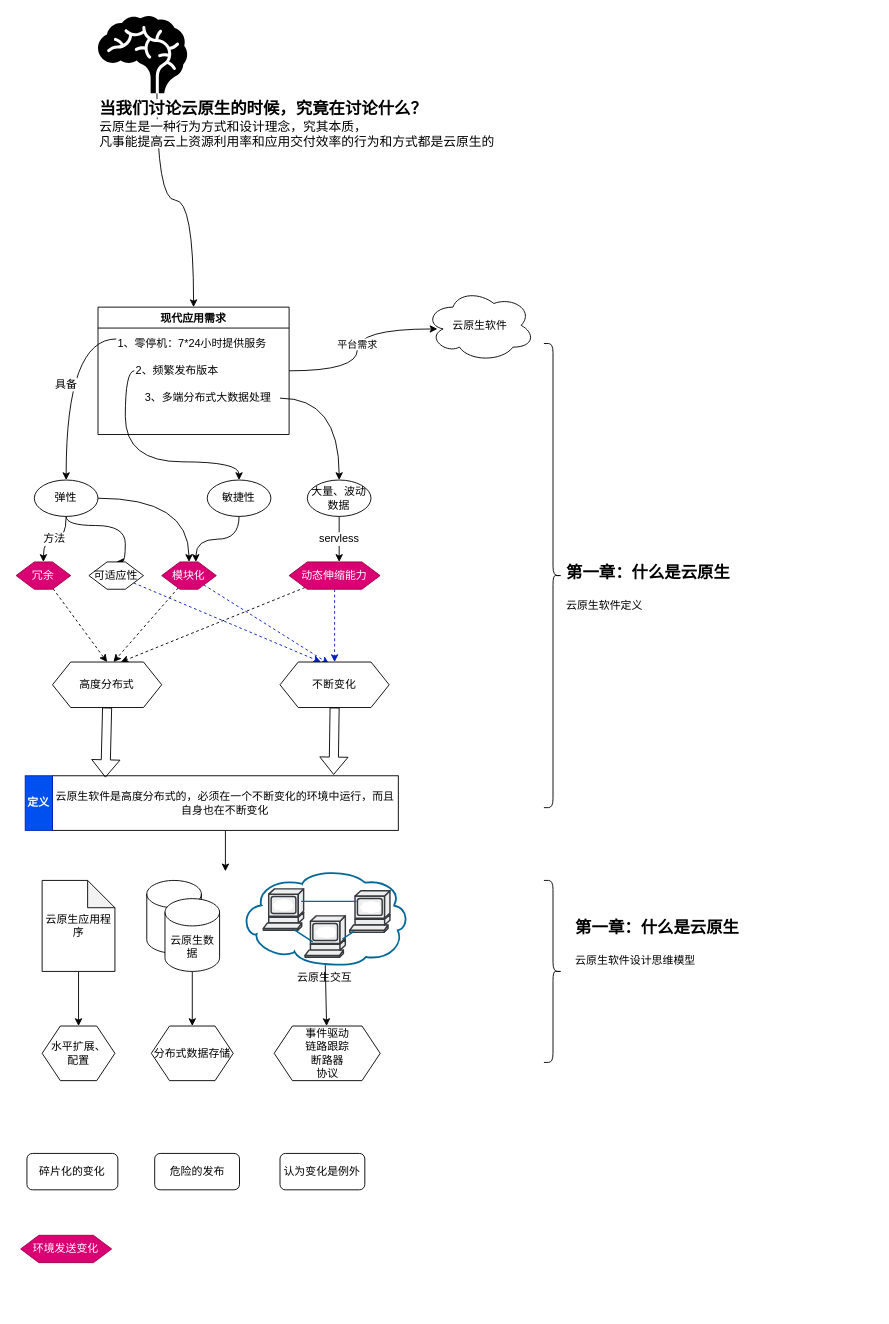
The draw.io diagram page "云原生模式第一章" (2 of 2) of 计算机阅读笔记.drawio in qymmdj/draw-io, before the edit. Source tidied: cells renumbered, new cells numbered last; positions are measured from the earlier drawing's top-left corner, leaving out a move shared by most shapes. Both pictures are drawn from the tidied source at 91%, with x=0, y=0 at pixel (15, 15).
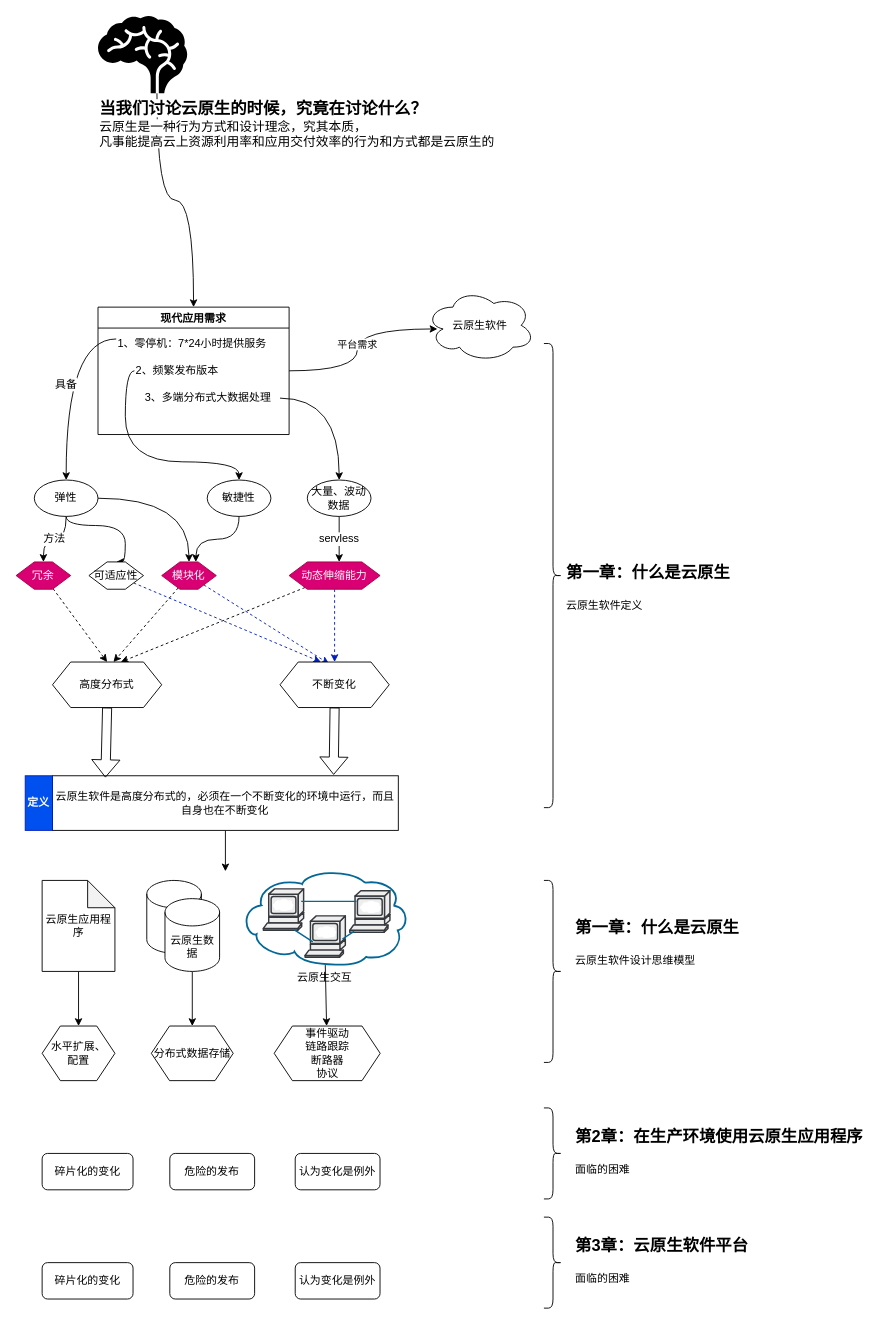
The same page after the edit.

Commit message:
Update 计算机阅读笔记.drawio

The edit, as a diff of the source:
```diff
@@
     <mxCell id="52" value="碎片化的变化" style="rounded=1;whiteSpace=wrap;html=1;" parent="1" vertex="1">
-      <mxGeometry x="12.1" y="1250" width="99.9" height="40" as="geometry" />
+      <mxGeometry x="28.8" y="1250" width="99.9" height="40" as="geometry" />
     </mxCell>
-    <mxCell id="53" value="环境发送变化" style="shape=hexagon;perimeter=hexagonPerimeter2;whiteSpace=wrap;html=1;fixedSize=1;labelBorderColor=none;fontSize=12;fillColor=#d80073;fontColor=#ffffff;strokeColor=#A50040;" parent="1" vertex="1">
-      <mxGeometry x="5.2" y="1340" width="100" height="30" as="geometry" />
-    </mxCell>
     <mxCell id="54" value="危险的发布" style="rounded=1;whiteSpace=wrap;html=1;" parent="1" vertex="1">
-      <mxGeometry x="152.5" y="1250" width="93.2" height="40" as="geometry" />
+      <mxGeometry x="169.1" y="1250" width="93.2" height="40" as="geometry" />
     </mxCell>
     <mxCell id="55" value="认为变化是例外" style="rounded=1;whiteSpace=wrap;html=1;" parent="1" vertex="1">
-      <mxGeometry x="290.2" y="1250" width="93.2" height="40" as="geometry" />
+      <mxGeometry x="306.9" y="1250" width="93.2" height="40" as="geometry" />
     </mxCell>
+    <mxCell id="56" style="shape=curlyBracket;whiteSpace=wrap;html=1;rounded=1;flipH=1;labelBorderColor=none;fontSize=18;" parent="1" vertex="1">
+      <mxGeometry x="580.2" y="1200" width="20" height="100" as="geometry" />
+    </mxCell>
+    <mxCell id="57" value="&lt;h1&gt;&lt;font style=&quot;font-size: 18px&quot;&gt;第2章：在生产环境使用云原生应用程序&lt;/font&gt;&lt;/h1&gt;&lt;p&gt;面临的困难&lt;/p&gt;" style="text;html=1;strokeColor=none;fillColor=none;spacing=5;spacingTop=-20;whiteSpace=wrap;overflow=hidden;rounded=0;labelBorderColor=none;fontSize=12;" parent="1" vertex="1">
+      <mxGeometry x="610.2" y="1210" width="331.8" height="90" as="geometry" />
+    </mxCell>
+    <mxCell id="58" value="碎片化的变化" style="rounded=1;whiteSpace=wrap;html=1;" parent="1" vertex="1">
+      <mxGeometry x="28.8" y="1370" width="99.9" height="40" as="geometry" />
+    </mxCell>
+    <mxCell id="59" value="危险的发布" style="rounded=1;whiteSpace=wrap;html=1;" parent="1" vertex="1">
+      <mxGeometry x="169.1" y="1370" width="93.2" height="40" as="geometry" />
+    </mxCell>
+    <mxCell id="60" value="认为变化是例外" style="rounded=1;whiteSpace=wrap;html=1;" parent="1" vertex="1">
+      <mxGeometry x="306.9" y="1370" width="93.2" height="40" as="geometry" />
+    </mxCell>
+    <mxCell id="61" style="shape=curlyBracket;whiteSpace=wrap;html=1;rounded=1;flipH=1;labelBorderColor=none;fontSize=18;" parent="1" vertex="1">
+      <mxGeometry x="580.2" y="1320" width="20" height="100" as="geometry" />
+    </mxCell>
+    <mxCell id="62" value="&lt;h1&gt;&lt;font style=&quot;font-size: 18px&quot;&gt;第3章：云原生软件平台&lt;/font&gt;&lt;/h1&gt;&lt;p&gt;面临的困难&lt;/p&gt;" style="text;html=1;strokeColor=none;fillColor=none;spacing=5;spacingTop=-20;whiteSpace=wrap;overflow=hidden;rounded=0;labelBorderColor=none;fontSize=12;" parent="1" vertex="1">
+      <mxGeometry x="610.2" y="1330" width="331.8" height="90" as="geometry" />
+    </mxCell>
```
